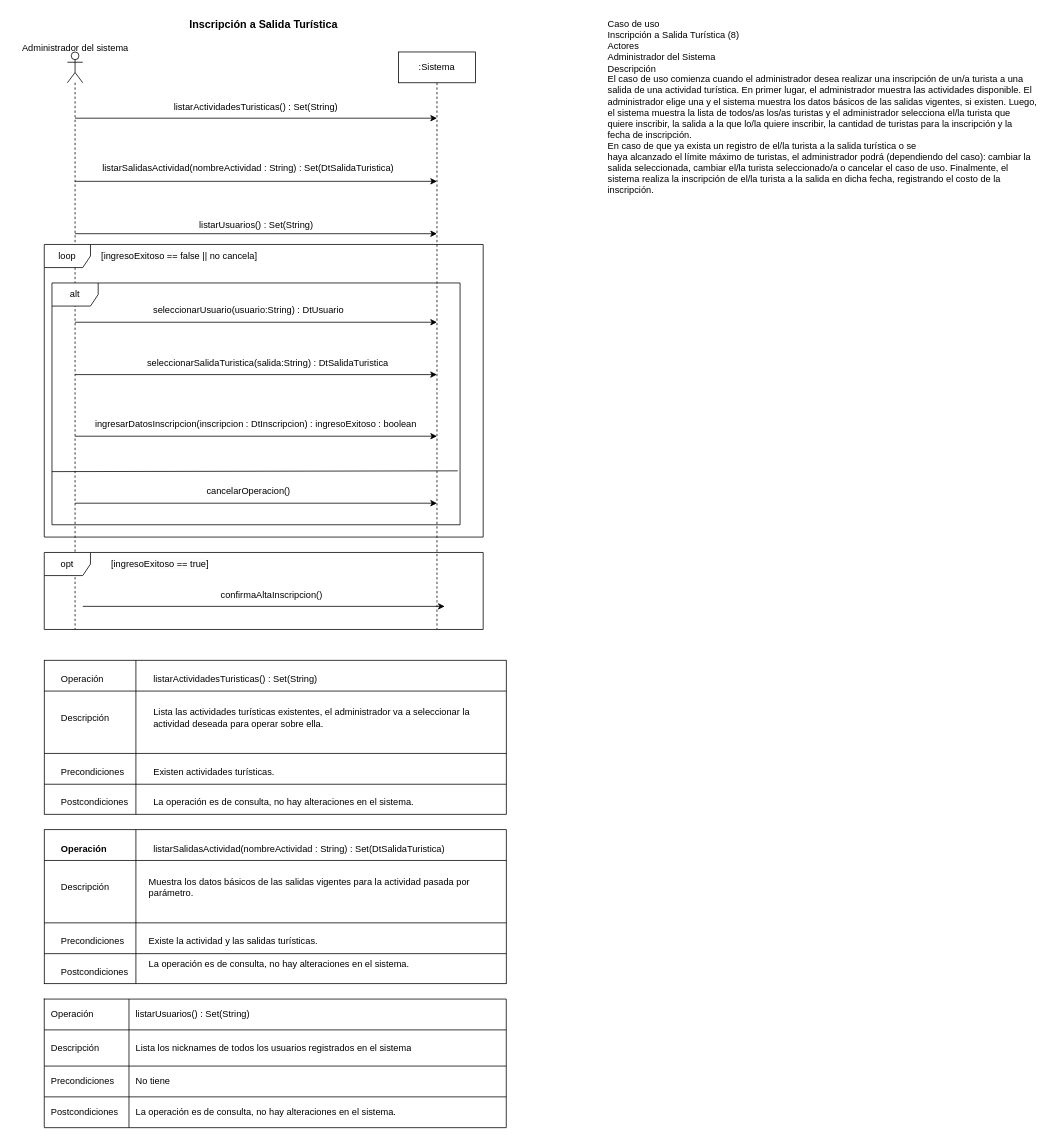
This is page "CU8_InscripcionSalidaTuristica" (9 of 12) of resources/Tarea1.drawio from rofernandezm/Tencnoinf_Pap2025_Tarea1, a draw.io file, before an edit. Source tidied: cells renumbered, new cells numbered last; positions are measured from the earlier drawing's top-left corner, leaving out a move shared by most shapes. Both pictures are drawn from the tidied source at 77%, with x=0, y=0 at pixel (13, 13).
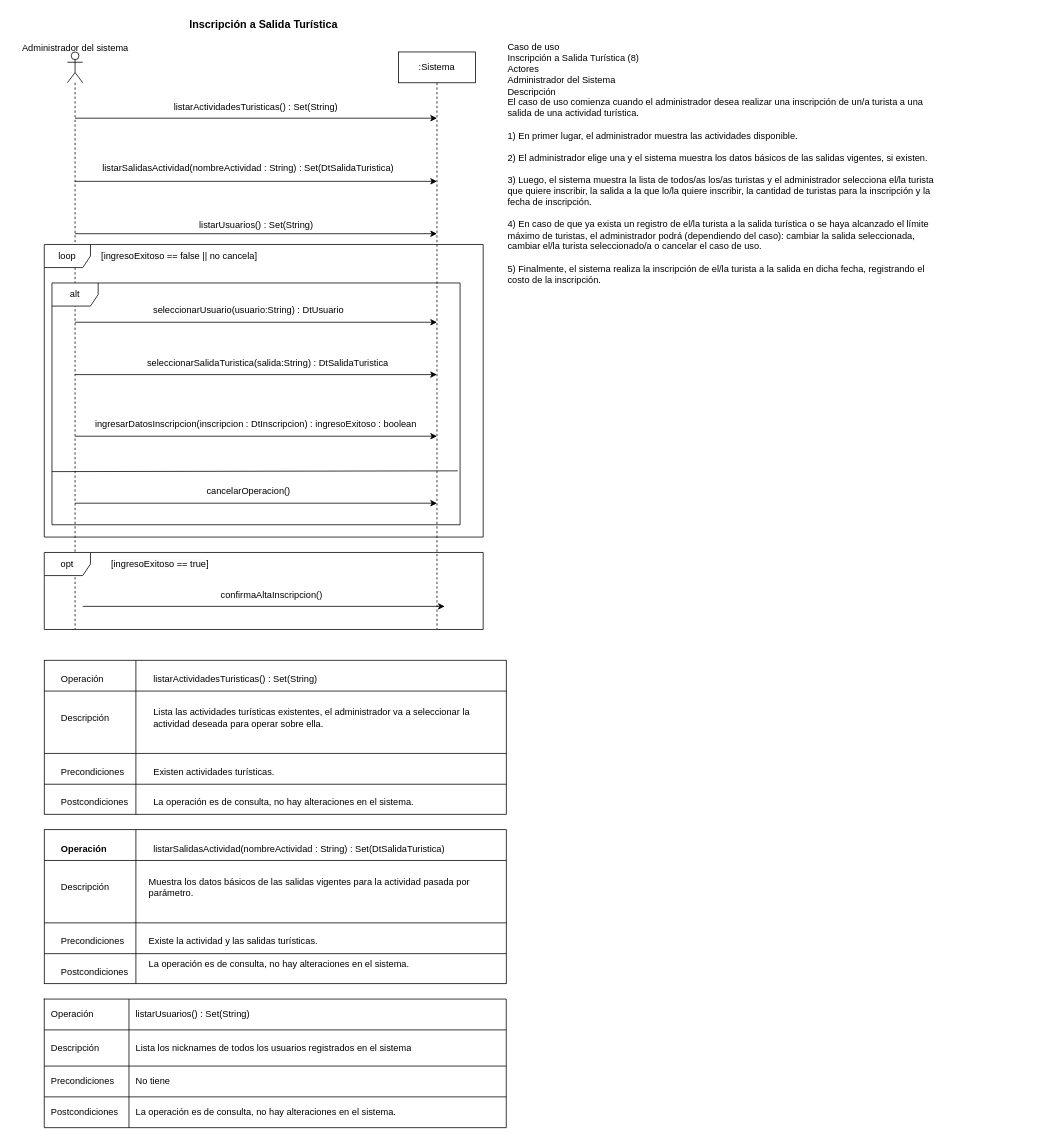
After the change.

The edit, as a diff of the source:
```diff
@@
-    <mxCell id="2" value="Caso de uso&#10;Inscripción a Salida Turística (8)&#10;Actores&#10;Administrador del Sistema&#10;Descripción&#10;El caso de uso comienza cuando el administrador desea realizar una inscripción de un/a turista a una salida de una actividad turística. En primer lugar, el administrador muestra las actividades disponible. El administrador elige una y el sistema muestra los datos básicos de las salidas vigentes, si existen. Luego, el sistema muestra la lista de todos/as los/as turistas y el administrador selecciona el/la turista que quiere inscribir, la salida a la que lo/la quiere inscribir, la cantidad de turistas para la inscripción y la fecha de inscripción.&#10;En caso de que ya exista un registro de el/la turista a la salida turística o se&#10;haya alcanzado el límite máximo de turistas, el administrador podrá (dependiendo del caso): cambiar la salida seleccionada, cambiar el/la turista seleccionado/a o cancelar el caso de uso. Finalmente, el sistema realiza la inscripción de el/la turista a la salida en dicha fecha, registrando el costo de la inscripción." style="text;whiteSpace=wrap;" parent="1" vertex="1">
-      <mxGeometry x="770" width="560" height="250" as="geometry" />
+    <mxCell id="2" value="Caso de uso&#10;Inscripción a Salida Turística (8)&#10;Actores&#10;Administrador del Sistema&#10;Descripción&#10;El caso de uso comienza cuando el administrador desea realizar una inscripción de un/a turista a una salida de una actividad turística. &#10;&#10;1) En primer lugar, el administrador muestra las actividades disponible.&#10;&#10;2) El administrador elige una y el sistema muestra los datos básicos de las salidas vigentes, si existen. &#10;&#10;3) Luego, el sistema muestra la lista de todos/as los/as turistas y el administrador selecciona el/la turista que quiere inscribir, la salida a la que lo/la quiere inscribir, la cantidad de turistas para la inscripción y la fecha de inscripción.&#10;&#10;4) En caso de que ya exista un registro de el/la turista a la salida turística o se haya alcanzado el límite máximo de turistas, el administrador podrá (dependiendo del caso): cambiar la salida seleccionada, cambiar el/la turista seleccionado/a o cancelar el caso de uso. &#10;&#10;5) Finalmente, el sistema realiza la inscripción de el/la turista a la salida en dicha fecha, registrando el costo de la inscripción." style="text;whiteSpace=wrap;" parent="1" vertex="1">
+      <mxGeometry x="640" y="30" width="560" height="330" as="geometry" />
     </mxCell>
```
